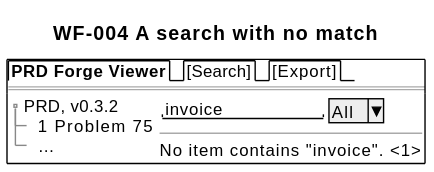
Before: docs/prd/prd-forge-viewer/diagrams/WF-004.svg, a diagram exported from PlantUML (SpillwaveSolutions/prd-forge-viewer).
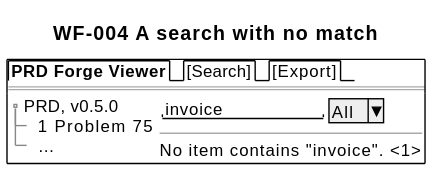
Later version of the same file.

Change to the diagram source:
```diff
@@ -5,7 +5,7 @@
   ==
   {
     {T
-     + PRD, v0.3.2
+     + PRD, v0.5.0
      ++ 1 Problem  75
      ++ …
     } | {
```
